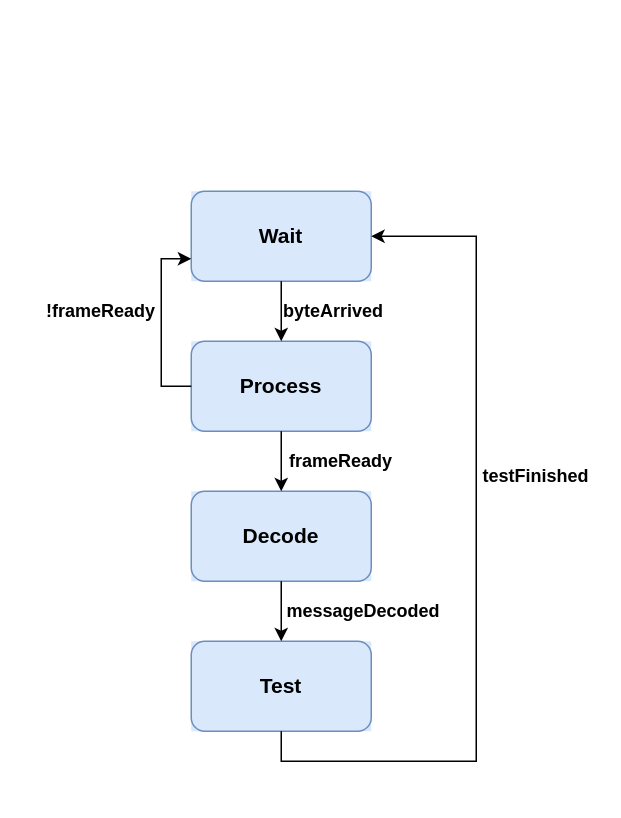
Above: drawIO/state_machine.drawio in AdamStork/dipterv (draw.io), before the change. Source tidied: cells renumbered, new cells numbered last; positions are measured from the earlier drawing's top-left corner, leaving out a move shared by most shapes. Both pictures are drawn from the tidied source at 150%, with x=0, y=0 at pixel (26, 190).
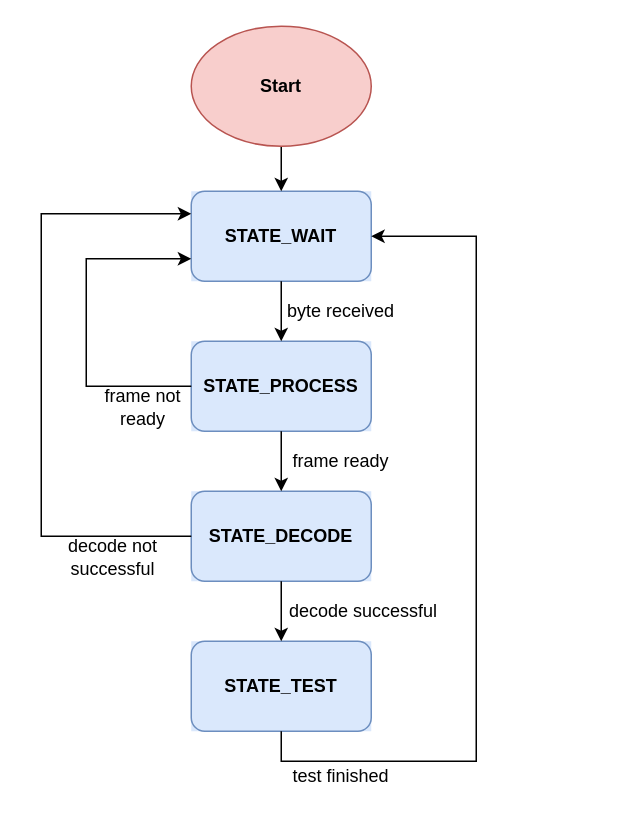
The same page after the edit.

The change refers to these unchanged cells:
```xml
<mxCell id="2" style="group;fillColor=#dae8fc;strokeColor=none;" parent="1" vertex="1">
  <mxGeometry x="110" width="120" height="60" as="geometry" />
</mxCell>
<mxCell id="5" style="group;fillColor=#dae8fc;strokeColor=none;" parent="1" vertex="1">
  <mxGeometry x="110" y="100" width="120" height="60" as="geometry" />
</mxCell>
<mxCell id="8" style="group;fillColor=#dae8fc;strokeColor=none;" parent="1" vertex="1">
  <mxGeometry x="110" y="200" width="120" height="60" as="geometry" />
</mxCell>
<mxCell id="11" style="group;fillColor=#dae8fc;strokeColor=none;" parent="1" vertex="1">
  <mxGeometry x="110" y="300" width="120" height="60" as="geometry" />
</mxCell>
```

What changed in the source:
```diff
@@
-    <mxCell id="3" style="rounded=1;whiteSpace=wrap;html=1;fillColor=#dae8fc;strokeColor=#6c8ebf;" parent="2" vertex="1">
+    <mxCell id="3" value="&lt;b&gt;STATE_WAIT&lt;/b&gt;" style="rounded=1;whiteSpace=wrap;html=1;fillColor=#dae8fc;strokeColor=#6c8ebf;" parent="2" vertex="1">
       <mxGeometry width="120" height="60" as="geometry" />
     </mxCell>
-    <mxCell id="4" value="&lt;div style=&quot;font-size: 14px&quot;&gt;&lt;b&gt;Wait&lt;/b&gt;&lt;/div&gt;" style="text;html=1;strokeColor=none;fillColor=none;align=center;verticalAlign=middle;whiteSpace=wrap;rounded=0;" parent="2" vertex="1">
-      <mxGeometry x="30" y="20" width="60" height="20" as="geometry" />
-    </mxCell>
@@
-    <mxCell id="6" style="rounded=1;whiteSpace=wrap;html=1;fillColor=#dae8fc;strokeColor=#6c8ebf;" parent="5" vertex="1">
+    <mxCell id="6" value="&lt;b&gt;STATE_PROCESS&lt;/b&gt;" style="rounded=1;whiteSpace=wrap;html=1;fillColor=#dae8fc;strokeColor=#6c8ebf;" parent="5" vertex="1">
       <mxGeometry width="120" height="60" as="geometry" />
     </mxCell>
-    <mxCell id="7" value="&lt;font style=&quot;font-size: 14px&quot;&gt;&lt;b&gt;Process&lt;/b&gt;&lt;/font&gt;" style="text;html=1;strokeColor=none;fillColor=none;align=center;verticalAlign=middle;whiteSpace=wrap;rounded=0;" parent="5" vertex="1">
-      <mxGeometry x="30" y="20" width="60" height="20" as="geometry" />
-    </mxCell>
@@
-    <mxCell id="9" style="rounded=1;whiteSpace=wrap;html=1;fillColor=#dae8fc;strokeColor=#6c8ebf;" parent="8" vertex="1">
+    <mxCell id="9" value="&lt;b&gt;STATE_DECODE&lt;/b&gt;" style="rounded=1;whiteSpace=wrap;html=1;fillColor=#dae8fc;strokeColor=#6c8ebf;" parent="8" vertex="1">
       <mxGeometry width="120" height="60" as="geometry" />
     </mxCell>
-    <mxCell id="10" value="&lt;font size=&quot;1&quot;&gt;&lt;b style=&quot;font-size: 14px&quot;&gt;Decode&lt;/b&gt;&lt;/font&gt;" style="text;html=1;strokeColor=none;fillColor=none;align=center;verticalAlign=middle;whiteSpace=wrap;rounded=0;" parent="8" vertex="1">
-      <mxGeometry x="30" y="20" width="60" height="20" as="geometry" />
-    </mxCell>
@@
-    <mxCell id="12" style="rounded=1;whiteSpace=wrap;html=1;fillColor=#dae8fc;strokeColor=#6c8ebf;" parent="11" vertex="1">
+    <mxCell id="12" value="&lt;b&gt;STATE_TEST&lt;/b&gt;" style="rounded=1;whiteSpace=wrap;html=1;fillColor=#dae8fc;strokeColor=#6c8ebf;" parent="11" vertex="1">
       <mxGeometry width="120" height="60" as="geometry" />
     </mxCell>
-    <mxCell id="13" value="&lt;font style=&quot;font-size: 14px&quot;&gt;&lt;b&gt;Test&lt;/b&gt;&lt;/font&gt;" style="text;html=1;strokeColor=none;fillColor=none;align=center;verticalAlign=middle;whiteSpace=wrap;rounded=0;" parent="11" vertex="1">
-      <mxGeometry x="30" y="20" width="60" height="20" as="geometry" />
-    </mxCell>
@@
     <mxCell id="17" style="edgeStyle=orthogonalEdgeStyle;rounded=0;jettySize=auto;html=1;exitX=0;exitY=0.5;exitDx=0;exitDy=0;entryX=0;entryY=0.75;entryDx=0;entryDy=0;" parent="1" edge="1" source="6" target="3">
-      <mxGeometry relative="1" as="geometry" />
+      <mxGeometry relative="1" as="geometry">
+        <Array as="points">
+          <mxPoint x="40" y="130" />
+          <mxPoint x="40" y="45" />
+        </Array>
+      </mxGeometry>
     </mxCell>
-    <mxCell id="18" value="&lt;b&gt;byteArrived&lt;/b&gt;" style="text;html=1;strokeColor=none;fillColor=none;align=center;verticalAlign=middle;whiteSpace=wrap;rounded=0;" parent="1" vertex="1">
-      <mxGeometry x="170" y="70" width="70" height="20" as="geometry" />
+    <mxCell id="18" value="byte received" style="text;html=1;strokeColor=none;fillColor=none;align=center;verticalAlign=middle;whiteSpace=wrap;rounded=0;" parent="1" vertex="1">
+      <mxGeometry x="170" y="70" width="80" height="20" as="geometry" />
     </mxCell>
-    <mxCell id="19" value="&lt;div&gt;&lt;b&gt;frameReady&lt;br&gt;&lt;/b&gt;&lt;/div&gt;" style="text;html=1;strokeColor=none;fillColor=none;align=center;verticalAlign=middle;whiteSpace=wrap;rounded=0;" parent="1" vertex="1">
+    <mxCell id="19" value="frame ready" style="text;html=1;strokeColor=none;fillColor=none;align=center;verticalAlign=middle;whiteSpace=wrap;rounded=0;" parent="1" vertex="1">
       <mxGeometry x="170" y="170" width="80" height="20" as="geometry" />
     </mxCell>
-    <mxCell id="20" value="&lt;b&gt;!frameReady&lt;br&gt;&lt;/b&gt;" style="text;html=1;strokeColor=none;fillColor=none;align=center;verticalAlign=middle;whiteSpace=wrap;rounded=0;" parent="1" vertex="1">
-      <mxGeometry y="70" width="100" height="20" as="geometry" />
+    <mxCell id="20" value="frame not ready" style="text;html=1;strokeColor=none;fillColor=none;align=center;verticalAlign=middle;whiteSpace=wrap;rounded=0;" parent="1" vertex="1">
+      <mxGeometry x="38" y="134" width="80" height="20" as="geometry" />
     </mxCell>
@@
-    <mxCell id="22" value="&lt;b&gt;messageDecoded&lt;/b&gt;" style="text;html=1;strokeColor=none;fillColor=none;align=center;verticalAlign=middle;whiteSpace=wrap;rounded=0;" parent="1" vertex="1">
+    <mxCell id="22" value="decode successful" style="text;html=1;strokeColor=none;fillColor=none;align=center;verticalAlign=middle;whiteSpace=wrap;rounded=0;" parent="1" vertex="1">
       <mxGeometry x="160" y="270" width="130" height="20" as="geometry" />
     </mxCell>
-    <mxCell id="23" value="&lt;div&gt;&lt;b&gt;testFinished&lt;br&gt;&lt;/b&gt;&lt;/div&gt;" style="text;html=1;strokeColor=none;fillColor=none;align=center;verticalAlign=middle;whiteSpace=wrap;rounded=0;" parent="1" vertex="1">
-      <mxGeometry x="300" y="180" width="80" height="20" as="geometry" />
+    <mxCell id="23" value="test finished" style="text;html=1;strokeColor=none;fillColor=none;align=center;verticalAlign=middle;whiteSpace=wrap;rounded=0;" parent="1" vertex="1">
+      <mxGeometry x="170" y="380" width="80" height="20" as="geometry" />
     </mxCell>
+    <mxCell id="24" style="edgeStyle=orthogonalEdgeStyle;rounded=0;jettySize=auto;html=1;exitX=0;exitY=0.5;exitDx=0;exitDy=0;entryX=0;entryY=0.25;entryDx=0;entryDy=0;" parent="1" edge="1" source="9" target="3">
+      <mxGeometry relative="1" as="geometry">
+        <Array as="points">
+          <mxPoint x="10" y="230" />
+          <mxPoint x="10" y="15" />
+        </Array>
+      </mxGeometry>
+    </mxCell>
+    <mxCell id="25" value="decode not successful" style="text;html=1;strokeColor=none;fillColor=none;align=center;verticalAlign=middle;whiteSpace=wrap;rounded=0;" parent="1" vertex="1">
+      <mxGeometry x="6" y="234" width="104" height="20" as="geometry" />
+    </mxCell>
+    <mxCell id="26" style="edgeStyle=orthogonalEdgeStyle;rounded=0;jettySize=auto;html=1;exitX=0.5;exitY=1;exitDx=0;exitDy=0;entryX=0.5;entryY=0;entryDx=0;entryDy=0;" parent="1" edge="1" source="27" target="3">
+      <mxGeometry relative="1" as="geometry" />
+    </mxCell>
+    <mxCell id="27" value="&lt;b&gt;Start&lt;/b&gt;" style="ellipse;whiteSpace=wrap;html=1;fillColor=#f8cecc;strokeColor=#b85450;" parent="1" vertex="1">
+      <mxGeometry x="110" y="-110" width="120" height="80" as="geometry" />
+    </mxCell>
```
